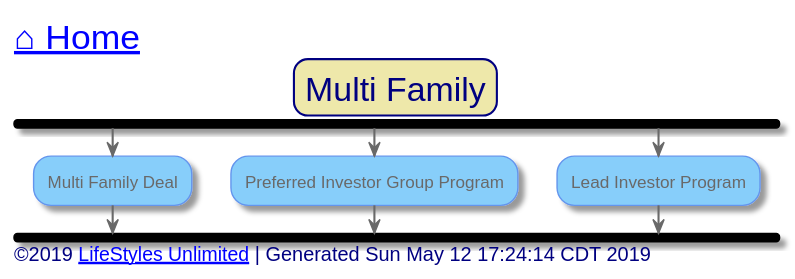
toddmo/lifestylesunlimited keeps this PlantUML diagram as out/src/multi-family/index.svg. Above is the earlier version.
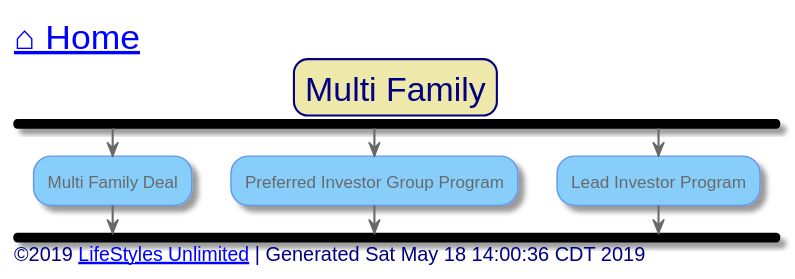
The same file after the commit.

The edit, as a diff of the source:
```diff
@@ -92,7 +92,7 @@
 
 
 left footer
-	<font size=14>©2019 [[http://www.lifestylesunlimited.com LifeStyles Unlimited]] | Generated Sun May 12 17:24:14 CDT 2019</font>
+	<font size=14>©2019 [[http://www.lifestylesunlimited.com LifeStyles Unlimited]] | Generated Sat May 18 14:00:36 CDT 2019</font>
 endfooter
 
 
```
